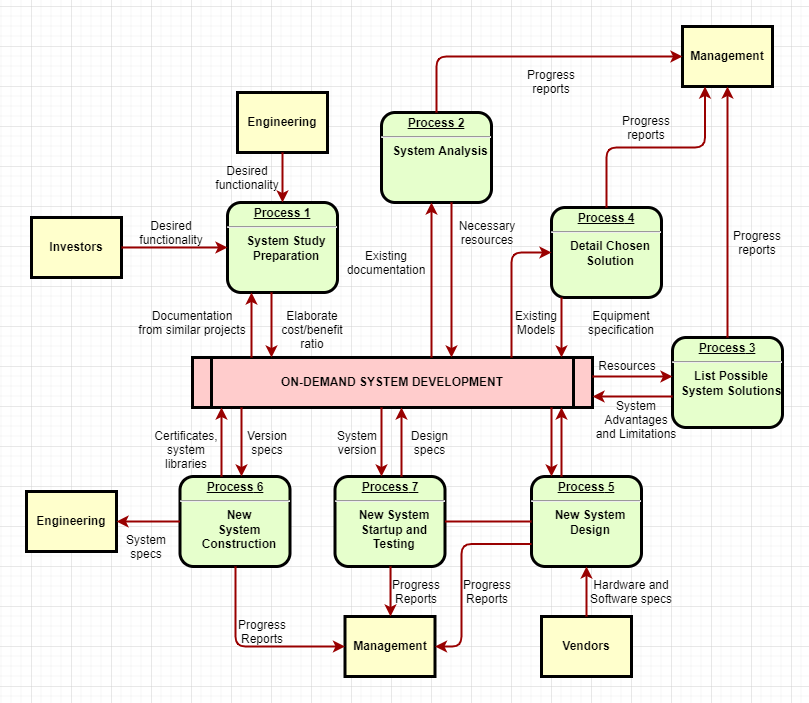
Above: ToDoList.API/test2.drawio.png in brown-aleks/TodoList (draw.io), before the change. Source tidied: cells renumbered, new cells last; positions are measured from the earlier drawing's top-left corner, leaving out a move shared by most shapes.
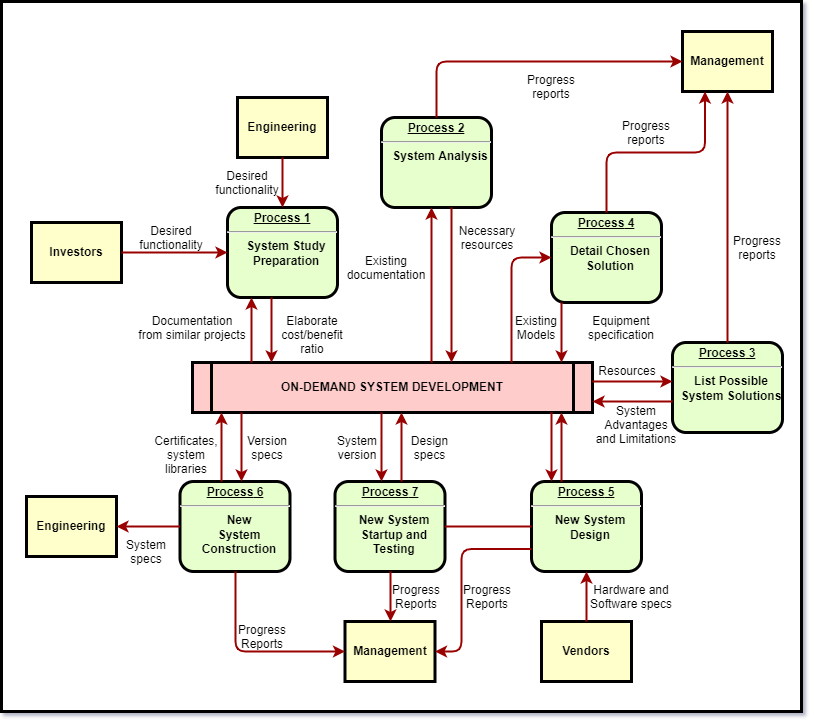
The same file after the commit.

What changed in the source:
```diff
@@ -2,6 +2,9 @@
   <root>
     <mxCell id="0" />
     <mxCell id="1" parent="0" />
+    <mxCell id="63" style="rounded=0;whiteSpace=wrap;html=1;labelBackgroundColor=none;labelBorderColor=none;strokeWidth=3;strokeColor=#000000;" parent="1" vertex="1">
+      <mxGeometry x="-25" y="-30" width="800" height="710" as="geometry" />
+    </mxCell>
     <mxCell id="2" value="&lt;p style=&quot;margin: 0px; margin-top: 4px; text-align: center; text-decoration: underline;&quot;&gt;&lt;strong&gt;Process 1&lt;br /&gt;&lt;/strong&gt;&lt;/p&gt;&lt;hr /&gt;&lt;p style=&quot;margin: 0px; margin-left: 8px;&quot;&gt;System Study&lt;/p&gt;&lt;p style=&quot;margin: 0px; margin-left: 8px;&quot;&gt;Preparation&lt;/p&gt;" style="verticalAlign=middle;align=center;overflow=fill;fontSize=12;fontFamily=Helvetica;html=1;rounded=1;fontStyle=1;strokeWidth=3;fillColor=#E6FFCC;" parent="1" vertex="1">
       <mxGeometry x="201" y="176" width="110" height="90" as="geometry" />
     </mxCell>
```
